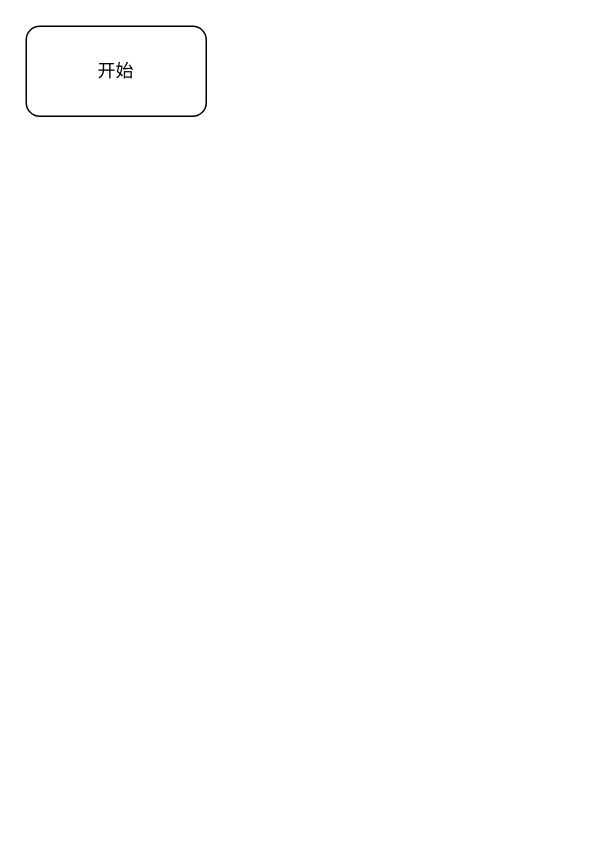
This is 控制下行.drawio from niusama2/papper_chart, a draw.io file, before an edit. Source tidied: cells renumbered, new cells numbered last; positions are measured from the earlier drawing's top-left corner, leaving out a move shared by most shapes. Both pictures are drawn from the tidied source at 150%, with x=0, y=0 at pixel (26, 26).
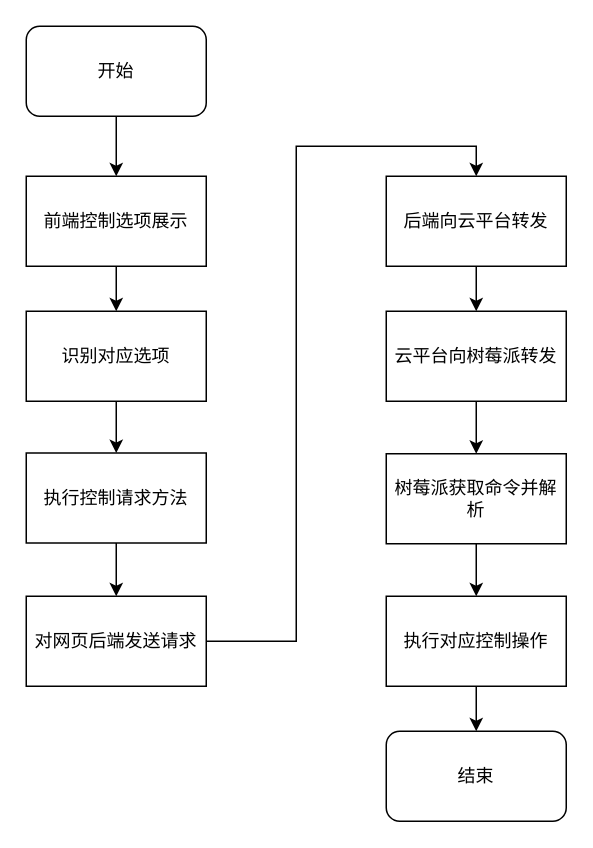
After the change.

Commit message (it also covers changes not shown here):
更新控制下行.drawio

Unchanged cells that the change refers to:
```xml
<mxCell id="2" value="开始" style="rounded=1;whiteSpace=wrap;html=1;" parent="1" vertex="1">
  <mxGeometry width="120" height="60" as="geometry" />
</mxCell>
```

Diff of the diagram source:
```diff
@@
-<mxGraphModel>
+<mxGraphModel background="#ffffff">
@@
+    <mxCell id="3" style="edgeStyle=orthogonalEdgeStyle;rounded=0;jettySize=auto;html=1;exitX=0.5;exitY=1;exitDx=0;exitDy=0;" parent="1" edge="1" source="2" target="5">
+      <mxGeometry relative="1" as="geometry" />
+    </mxCell>
@@
+    <mxCell id="4" style="edgeStyle=orthogonalEdgeStyle;rounded=0;jettySize=auto;html=1;exitX=0.5;exitY=1;exitDx=0;exitDy=0;" parent="1" edge="1" source="5" target="7">
+      <mxGeometry relative="1" as="geometry" />
+    </mxCell>
+    <mxCell id="5" value="前端控制选项展示" style="rounded=0;whiteSpace=wrap;html=1;" parent="1" vertex="1">
+      <mxGeometry y="100" width="120" height="60" as="geometry" />
+    </mxCell>
+    <mxCell id="6" style="edgeStyle=orthogonalEdgeStyle;rounded=0;jettySize=auto;html=1;exitX=0.5;exitY=1;exitDx=0;exitDy=0;" parent="1" edge="1" source="7" target="9">
+      <mxGeometry relative="1" as="geometry" />
+    </mxCell>
+    <mxCell id="7" value="识别对应选项" style="rounded=0;whiteSpace=wrap;html=1;" parent="1" vertex="1">
+      <mxGeometry y="190" width="120" height="60" as="geometry" />
+    </mxCell>
+    <mxCell id="8" style="edgeStyle=orthogonalEdgeStyle;rounded=0;jettySize=auto;html=1;exitX=0.5;exitY=1;exitDx=0;exitDy=0;" parent="1" edge="1" source="9" target="11">
+      <mxGeometry relative="1" as="geometry" />
+    </mxCell>
+    <mxCell id="9" value="执行控制请求方法" style="rounded=0;whiteSpace=wrap;html=1;" parent="1" vertex="1">
+      <mxGeometry y="284.5" width="120" height="60" as="geometry" />
+    </mxCell>
+    <mxCell id="10" style="edgeStyle=orthogonalEdgeStyle;rounded=0;jettySize=auto;html=1;exitX=1;exitY=0.5;exitDx=0;exitDy=0;entryX=0.5;entryY=0;entryDx=0;entryDy=0;" parent="1" edge="1" source="11" target="13">
+      <mxGeometry relative="1" as="geometry" />
+    </mxCell>
+    <mxCell id="11" value="对网页后端发送请求" style="rounded=0;whiteSpace=wrap;html=1;" parent="1" vertex="1">
+      <mxGeometry y="380" width="120" height="60" as="geometry" />
+    </mxCell>
+    <mxCell id="12" style="edgeStyle=orthogonalEdgeStyle;rounded=0;jettySize=auto;html=1;" parent="1" edge="1" source="13" target="15">
+      <mxGeometry relative="1" as="geometry" />
+    </mxCell>
+    <mxCell id="13" value="后端向云平台转发" style="rounded=0;whiteSpace=wrap;html=1;" parent="1" vertex="1">
+      <mxGeometry x="240" y="100" width="120" height="60" as="geometry" />
+    </mxCell>
+    <mxCell id="14" style="edgeStyle=orthogonalEdgeStyle;rounded=0;jettySize=auto;html=1;exitX=0.5;exitY=1;exitDx=0;exitDy=0;" parent="1" edge="1" source="15" target="17">
+      <mxGeometry relative="1" as="geometry" />
+    </mxCell>
+    <mxCell id="15" value="云平台向树莓派转发" style="rounded=0;whiteSpace=wrap;html=1;" parent="1" vertex="1">
+      <mxGeometry x="240" y="190" width="120" height="60" as="geometry" />
+    </mxCell>
+    <mxCell id="16" style="edgeStyle=orthogonalEdgeStyle;rounded=0;jettySize=auto;html=1;exitX=0.5;exitY=1;exitDx=0;exitDy=0;" parent="1" edge="1" source="17" target="19">
+      <mxGeometry relative="1" as="geometry" />
+    </mxCell>
+    <mxCell id="17" value="树莓派获取命令并解析" style="rounded=0;whiteSpace=wrap;html=1;" parent="1" vertex="1">
+      <mxGeometry x="240" y="285" width="120" height="60" as="geometry" />
+    </mxCell>
+    <mxCell id="18" style="edgeStyle=orthogonalEdgeStyle;rounded=0;jettySize=auto;html=1;exitX=0.5;exitY=1;exitDx=0;exitDy=0;" parent="1" edge="1" source="19" target="20">
+      <mxGeometry relative="1" as="geometry" />
+    </mxCell>
+    <mxCell id="19" value="执行对应控制操作" style="rounded=0;whiteSpace=wrap;html=1;" parent="1" vertex="1">
+      <mxGeometry x="240" y="380" width="120" height="60" as="geometry" />
+    </mxCell>
+    <mxCell id="20" value="结束" style="rounded=1;whiteSpace=wrap;html=1;" parent="1" vertex="1">
+      <mxGeometry x="240" y="470" width="120" height="60" as="geometry" />
+    </mxCell>
```
